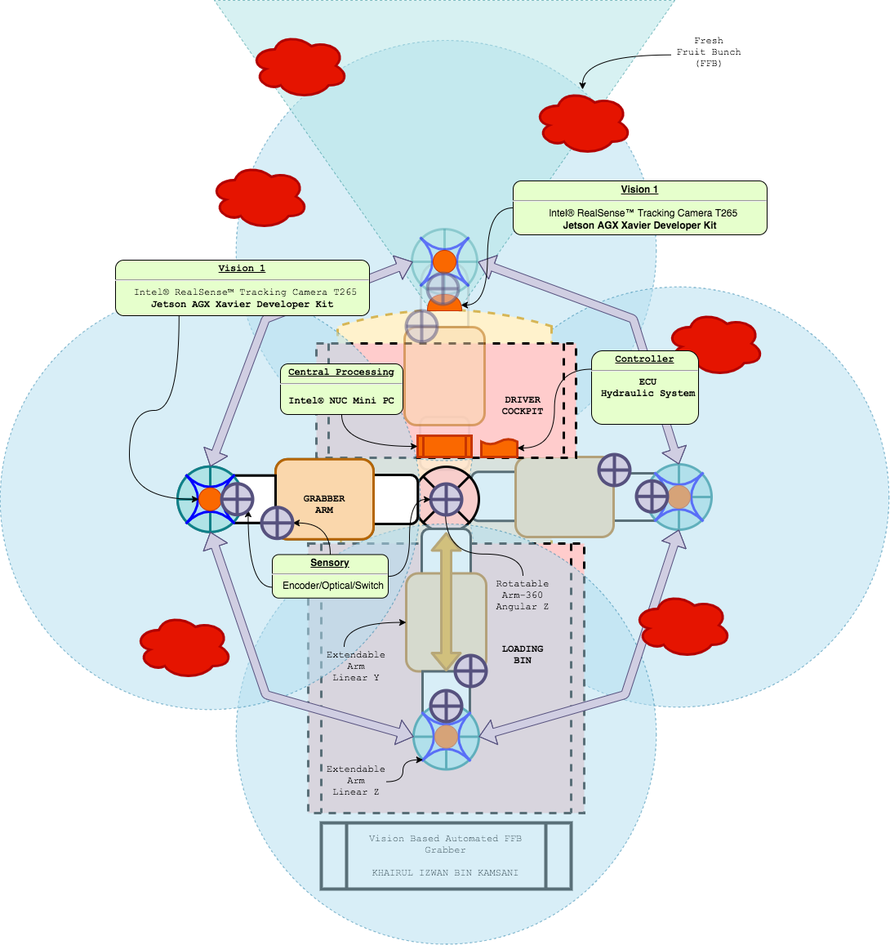
Above: etc/AutomatedGrabber.png in KhairulIzwan/UPM-SDPR (draw.io), before the change. Source tidied: cells renumbered, new cells last; positions are measured from the earlier drawing's top-left corner, leaving out a move shared by most shapes.
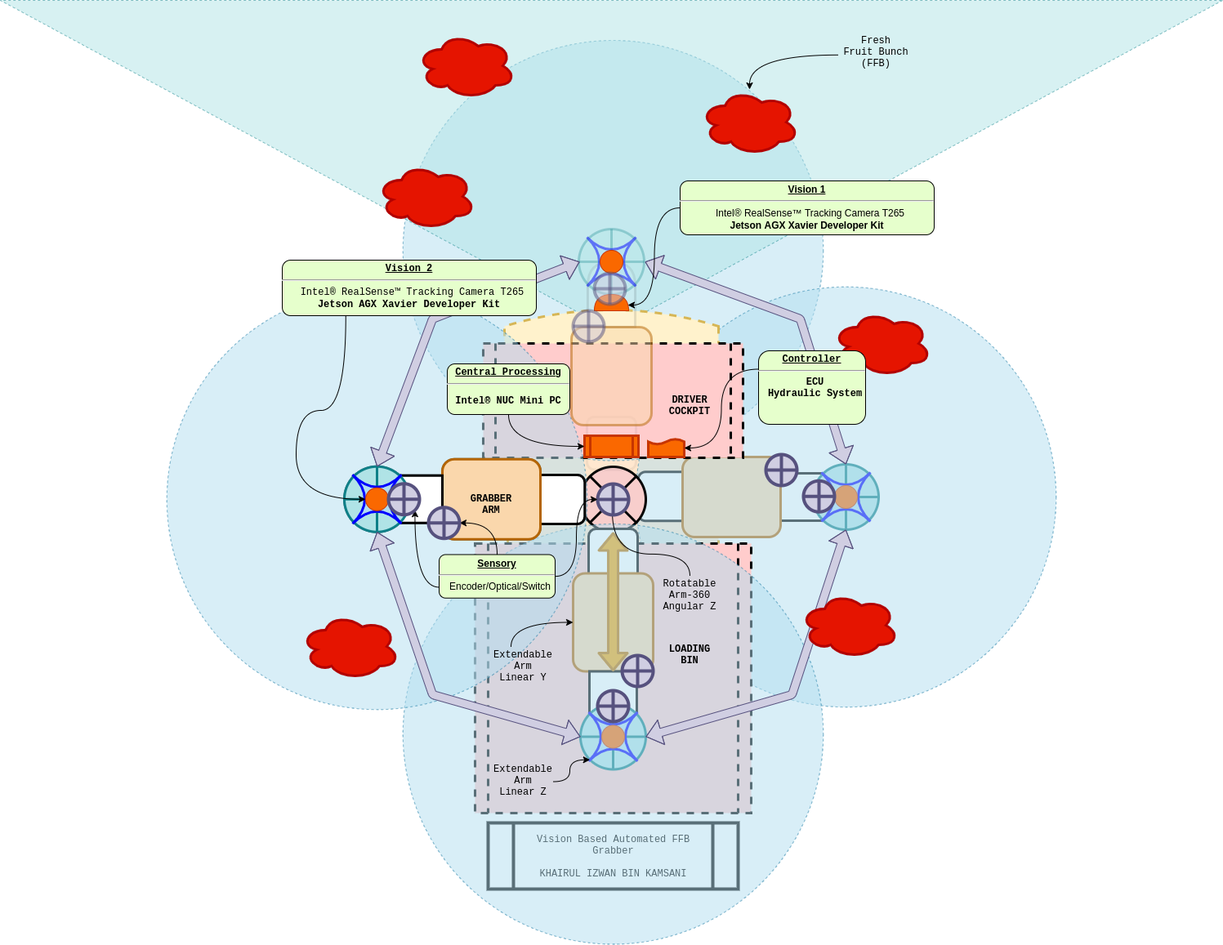
Later version of the same file.

The edit, as a diff of the source:
```diff
@@ -39,7 +39,7 @@
       <mxGeometry x="58" y="96" width="38" height="38" as="geometry" />
     </mxCell>
     <mxCell id="14" style="triangle;whiteSpace=wrap;html=1;dashed=1;strokeWidth=1;fontFamily=Courier New;opacity=50;direction=south;fillColor=#b0e3e6;strokeColor=#0e8088;" parent="1" vertex="1">
-      <mxGeometry x="262" width="564" height="404" as="geometry" />
+      <mxGeometry x="-204" width="1496" height="404" as="geometry" />
     </mxCell>
     <mxCell id="15" style="shape=process;whiteSpace=wrap;align=center;verticalAlign=middle;size=0.0475;fontStyle=1;strokeWidth=3;fillColor=#FFCCCC;dashed=1;" parent="1" vertex="1">
       <mxGeometry x="377" y="665" width="338" height="330" as="geometry" />
@@ -292,7 +292,7 @@
         </Array>
       </mxGeometry>
     </mxCell>
-    <mxCell id="90" value="&lt;p style=&quot;margin: 0px ; margin-top: 4px ; text-align: center ; text-decoration: underline&quot;&gt;&lt;strong&gt;Vision 1&lt;br&gt;&lt;/strong&gt;&lt;/p&gt;&lt;hr&gt;&lt;p style=&quot;margin: 0px ; margin-left: 8px&quot;&gt;&lt;span class=&quot;fl-heading-text&quot; style=&quot;letter-spacing: 0px ; background-color: transparent ; text-align: left ; box-sizing: border-box ; line-height: 16px ; outline: none ; font-weight: 500 ; display: inline&quot;&gt;&lt;font style=&quot;font-size: 12px&quot;&gt;&lt;a href=&quot;https://www.intelrealsense.com/tracking-camera-t265/&quot; title=&quot;Intel® RealSense™ Tracking&amp;nbsp;Camera&amp;nbsp;T265&quot; target=&quot;_self&quot; style=&quot;letter-spacing: inherit ; background-color: transparent ; text-align: left ; box-sizing: border-box ; line-height: 1 ; outline: none&quot;&gt;Intel® RealSense™ Tracking&amp;nbsp;Camera&amp;nbsp;T265&lt;/a&gt;&lt;/font&gt;&lt;/span&gt;&lt;/p&gt;&lt;span style=&quot;&quot;&gt;&lt;font style=&quot;font-size: 12px&quot;&gt;&lt;a href=&quot;https://developer.nvidia.com/EMBEDDED/jetson-agx-xavier-developer-kit&quot;&gt;Jetson AGX Xavier Developer Kit&lt;/a&gt;&lt;/font&gt;&lt;/span&gt;" style="verticalAlign=middle;align=center;overflow=fill;fontSize=12;fontFamily=Courier New;html=1;rounded=1;fontStyle=1;strokeWidth=1;fillColor=#E6FFCC;" parent="1" vertex="1">
+    <mxCell id="90" value="&lt;p style=&quot;margin: 0px ; margin-top: 4px ; text-align: center ; text-decoration: underline&quot;&gt;&lt;strong&gt;Vision 2&lt;br&gt;&lt;/strong&gt;&lt;/p&gt;&lt;hr&gt;&lt;p style=&quot;margin: 0px ; margin-left: 8px&quot;&gt;&lt;span class=&quot;fl-heading-text&quot; style=&quot;letter-spacing: 0px ; background-color: transparent ; text-align: left ; box-sizing: border-box ; line-height: 16px ; outline: none ; font-weight: 500 ; display: inline&quot;&gt;&lt;font style=&quot;font-size: 12px&quot;&gt;&lt;a href=&quot;https://www.intelrealsense.com/tracking-camera-t265/&quot; title=&quot;Intel® RealSense™ Tracking Camera T265&quot; target=&quot;_self&quot; style=&quot;letter-spacing: inherit ; background-color: transparent ; text-align: left ; box-sizing: border-box ; line-height: 1 ; outline: none&quot;&gt;Intel® RealSense™ Tracking&amp;nbsp;Camera&amp;nbsp;T265&lt;/a&gt;&lt;/font&gt;&lt;/span&gt;&lt;/p&gt;&lt;span&gt;&lt;font style=&quot;font-size: 12px&quot;&gt;&lt;a href=&quot;https://developer.nvidia.com/EMBEDDED/jetson-agx-xavier-developer-kit&quot;&gt;Jetson AGX Xavier Developer Kit&lt;/a&gt;&lt;/font&gt;&lt;/span&gt;" style="verticalAlign=middle;align=center;overflow=fill;fontSize=12;fontFamily=Courier New;html=1;rounded=1;fontStyle=1;strokeWidth=1;fillColor=#E6FFCC;" parent="1" vertex="1">
       <mxGeometry x="141" y="318" width="311" height="68" as="geometry" />
     </mxCell>
     <mxCell id="91" style="shape=orEllipse;perimeter=ellipsePerimeter;whiteSpace=wrap;html=1;backgroundOutline=1;strokeWidth=4;fontFamily=Courier New;fillColor=#d0cee2;strokeColor=#56517e;" parent="1" vertex="1">
```
